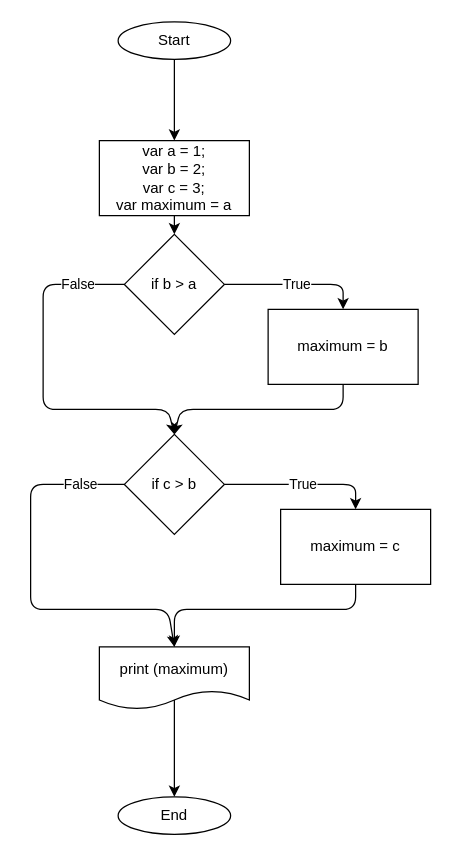
Earlier version of the draw.io diagram page "Solution 1" (1 of 2) of Flowchart Maximum Alekseeva.drawio (AnnaRandom/Project02). Source tidied: cells renumbered, new cells numbered last; positions are measured from the earlier drawing's top-left corner, leaving out a move shared by most shapes. Both pictures are drawn from the tidied source at 125%, with x=0, y=0 at pixel (30, 21).
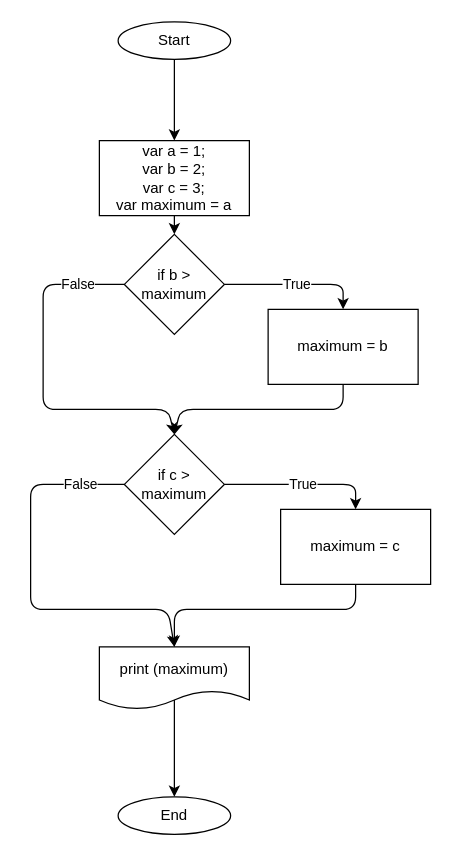
After the change.

Diff of the diagram source:
```diff
@@
-    <mxCell id="8" value="if b &amp;gt; a" style="rhombus;whiteSpace=wrap;html=1;" parent="1" vertex="1">
+    <mxCell id="8" value="if b &amp;gt; maximum" style="rhombus;whiteSpace=wrap;html=1;" parent="1" vertex="1">
       <mxGeometry x="75" y="170" width="80" height="80" as="geometry" />
     </mxCell>
@@
-    <mxCell id="13" value="if c &amp;gt; b" style="rhombus;whiteSpace=wrap;html=1;" parent="1" vertex="1">
+    <mxCell id="13" value="if c &amp;gt; maximum" style="rhombus;whiteSpace=wrap;html=1;" parent="1" vertex="1">
       <mxGeometry x="75" y="330" width="80" height="80" as="geometry" />
     </mxCell>
```
